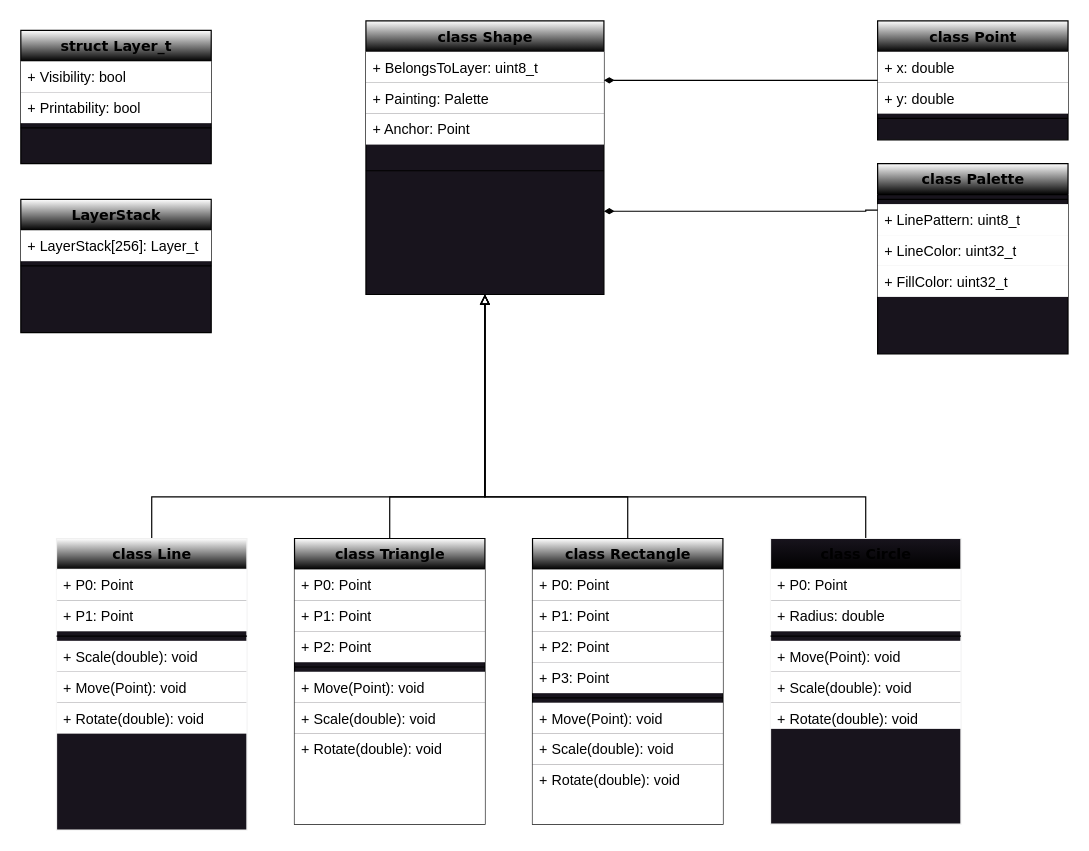
The draw.io diagram Diagrams/Shapes.drawio in MaciekMaryna/Shapes, before the edit. Source tidied: cells renumbered, new cells numbered last; positions are measured from the earlier drawing's top-left corner, leaving out a move shared by most shapes. Both pictures are drawn from the tidied source at 119%, with x=0, y=0 at pixel (20, 20).
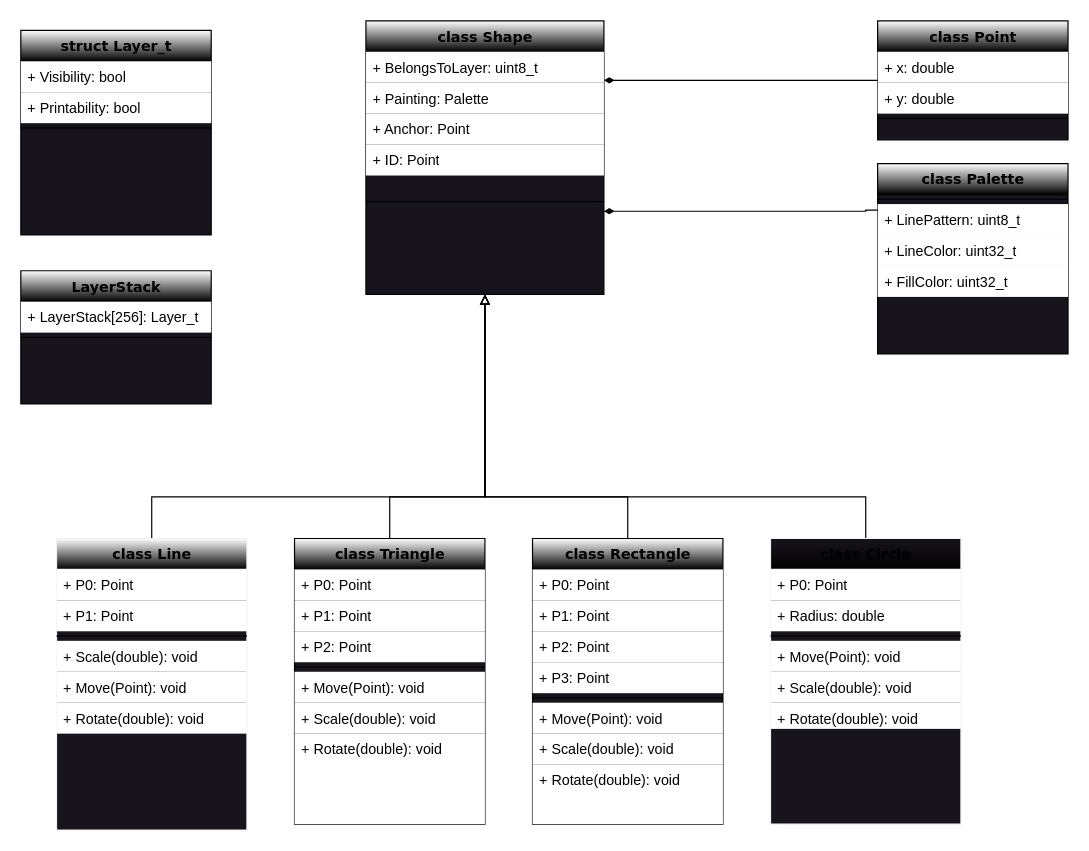
The same diagram, later.

Commit message (it also covers changes not shown here):
Study of concept. mPCB idea abandoned

The change refers to these unchanged cells:
```xml
<mxCell id="42" value="class Shape" style="swimlane;html=1;fontStyle=1;align=center;verticalAlign=top;horizontal=1;startSize=26;swimlaneFillColor=#18141D;rounded=0;shadow=0;comic=0;labelBackgroundColor=none;strokeWidth=1;fillColor=default;fontFamily=Verdana;fontSize=12;gradientColor=default;" parent="1" vertex="1">
  <mxGeometry x="290" width="200" height="230" as="geometry" />
</mxCell>
```

Change to the diagram source:
```diff
@@
+    <mxCell id="60" value="+ ID: Point" style="text;html=1;strokeColor=none;fillColor=default;align=left;verticalAlign=top;spacingLeft=4;spacingRight=4;whiteSpace=wrap;overflow=hidden;" parent="42" vertex="1">
+      <mxGeometry y="104" width="200" height="26" as="geometry" />
+    </mxCell>
     <mxCell id="46" style="line;html=1;strokeWidth=1;fillColor=default;align=left;verticalAlign=middle;spacingTop=-1;spacingLeft=3;spacingRight=3;labelPosition=right;" parent="42" vertex="1">
-      <mxGeometry y="104" width="200" height="44" as="geometry" />
+      <mxGeometry y="130" width="200" height="44" as="geometry" />
     </mxCell>
@@
     <mxCell id="53" value="&lt;div&gt;struct Layer_t&lt;/div&gt;" style="swimlane;html=1;fontStyle=1;align=center;verticalAlign=top;horizontal=1;startSize=26;swimlaneFillColor=#18141D;rounded=0;shadow=0;comic=0;labelBackgroundColor=none;strokeWidth=1;fillColor=default;fontFamily=Verdana;fontSize=12;glass=0;gradientColor=default;" parent="1" vertex="1">
-      <mxGeometry y="8" width="160" height="112" as="geometry" />
+      <mxGeometry y="8" width="160" height="172" as="geometry" />
     </mxCell>
@@
     <mxCell id="57" value="&lt;div&gt;LayerStack&lt;/div&gt;" style="swimlane;html=1;fontStyle=1;align=center;verticalAlign=top;horizontal=1;startSize=26;swimlaneFillColor=#18141D;rounded=0;shadow=0;comic=0;labelBackgroundColor=none;strokeWidth=1;fillColor=default;fontFamily=Verdana;fontSize=12;glass=0;gradientColor=default;" parent="1" vertex="1">
-      <mxGeometry y="150" width="160" height="112" as="geometry" />
+      <mxGeometry y="210" width="160" height="112" as="geometry" />
     </mxCell>
```
